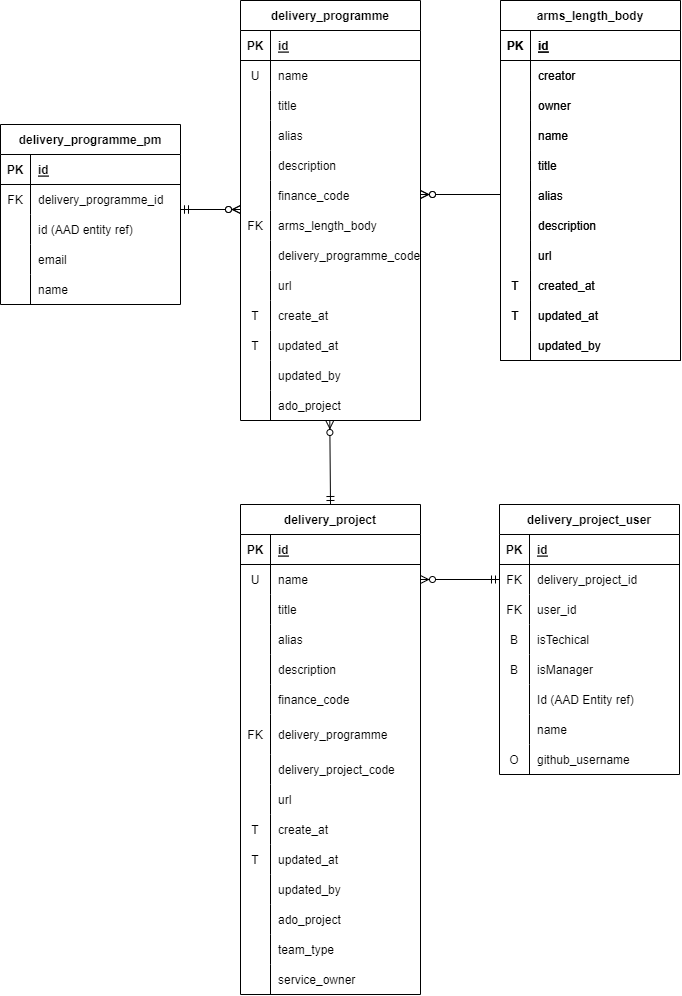
DEFRA/adp-documentation keeps this draw.io diagram as docs/images/diagrams/portal-db.png. Above is the earlier version. Source tidied: cells renumbered, new cells last; positions are measured from the earlier drawing's top-left corner, leaving out a move shared by most shapes.
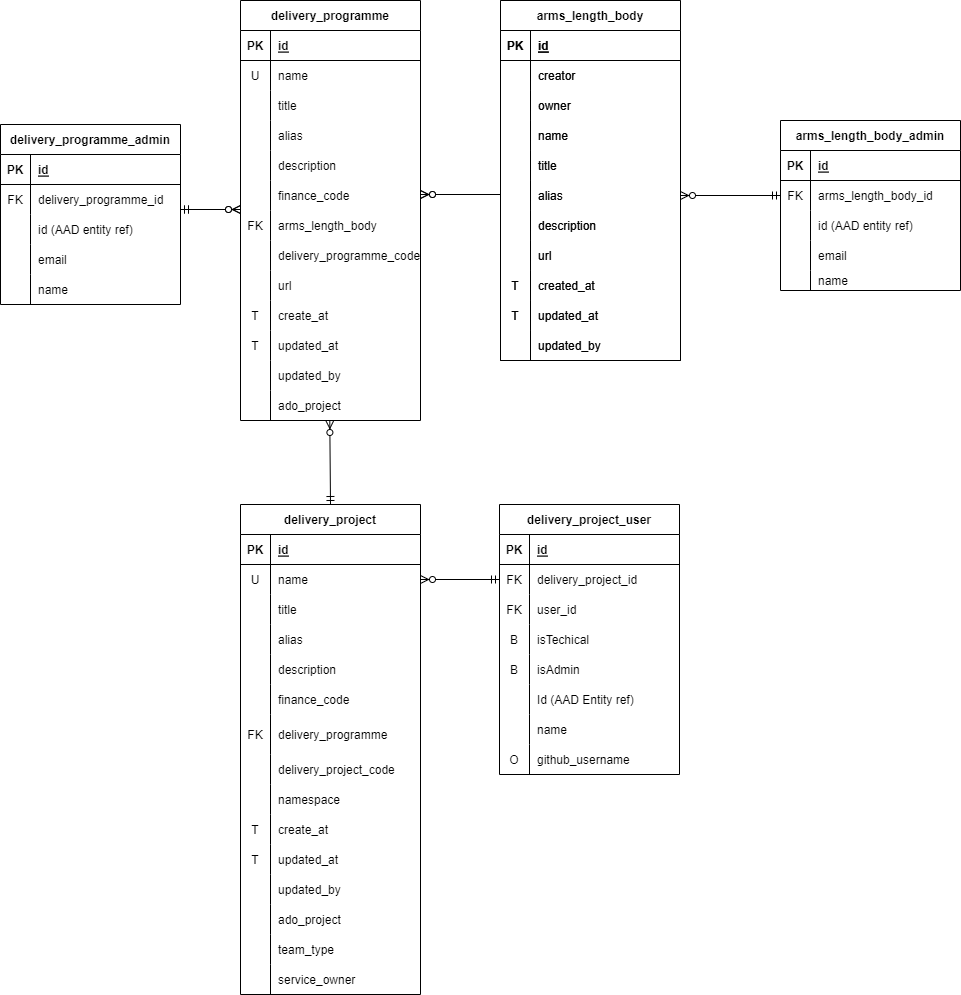
Above is the later version.

Change to the diagram source:
```diff
@@ -202,7 +202,7 @@
     <mxCell id="65" style="shape=partialRectangle;fillColor=none;top=0;left=0;bottom=0;right=0;overflow=hidden;fontColor=#000000;" parent="64" vertex="1">
       <mxGeometry width="30" height="30" as="geometry" />
     </mxCell>
-    <mxCell id="66" value="url" style="shape=partialRectangle;fillColor=none;top=0;left=0;bottom=0;right=0;align=left;spacingLeft=6;overflow=hidden;fontColor=#000000;" parent="64" vertex="1">
+    <mxCell id="66" value="namespace" style="shape=partialRectangle;fillColor=none;top=0;left=0;bottom=0;right=0;align=left;spacingLeft=6;overflow=hidden;fontColor=#000000;" parent="64" vertex="1">
       <mxGeometry x="30" width="150" height="30" as="geometry" />
     </mxCell>
     <mxCell id="67" style="shape=tableRow;horizontal=0;startSize=0;swimlaneHead=0;swimlaneBody=0;fillColor=none;top=0;left=0;right=0;bottom=0;fontColor=#000000;" parent="39" vertex="1">
@@ -304,7 +304,7 @@
     <mxCell id="99" value="B" style="shape=partialRectangle;fillColor=none;top=0;left=0;bottom=0;right=0;overflow=hidden;labelBackgroundColor=none;fontColor=#000000;" parent="98" vertex="1">
       <mxGeometry width="30" height="30" as="geometry" />
     </mxCell>
-    <mxCell id="100" value="isManager" style="shape=partialRectangle;fillColor=none;top=0;left=0;bottom=0;right=0;align=left;spacingLeft=6;overflow=hidden;labelBackgroundColor=none;fontColor=#000000;" parent="98" vertex="1">
+    <mxCell id="100" value="isAdmin" style="shape=partialRectangle;fillColor=none;top=0;left=0;bottom=0;right=0;align=left;spacingLeft=6;overflow=hidden;labelBackgroundColor=none;fontColor=#000000;" parent="98" vertex="1">
       <mxGeometry x="30" width="150" height="30" as="geometry" />
     </mxCell>
     <mxCell id="101" style="shape=tableRow;horizontal=0;startSize=0;swimlaneHead=0;swimlaneBody=0;fillColor=none;top=0;left=0;right=0;bottom=0;fontColor=#000000;" parent="85" vertex="1">
@@ -451,7 +451,7 @@
         <mxPoint x="240" y="209" as="targetPoint" />
       </mxGeometry>
     </mxCell>
-    <mxCell id="147" value="delivery_programme_pm" style="shape=table;startSize=30;rowLines=0;fontStyle=1;align=center;strokeColor=#000000;fontColor=#000000;fillColor=#FFFFFF;" parent="1" vertex="1">
+    <mxCell id="147" value="delivery_programme_admin" style="shape=table;startSize=30;rowLines=0;fontStyle=1;align=center;strokeColor=#000000;fontColor=#000000;fillColor=#FFFFFF;" parent="1" vertex="1">
       <mxGeometry y="124" width="180" height="180" as="geometry" />
     </mxCell>
     <mxCell id="148" style="shape=tableRow;horizontal=0;startSize=0;swimlaneHead=0;swimlaneBody=0;fillColor=none;top=0;left=0;right=0;bottom=1;fontColor=#000000;" parent="147" vertex="1">
@@ -619,5 +619,56 @@
     <mxCell id="202" value="ado_project" style="shape=partialRectangle;fillColor=none;top=0;left=0;bottom=0;right=0;align=left;spacingLeft=6;overflow=hidden;fontColor=#000000;" parent="200" vertex="1">
       <mxGeometry x="30" width="150" height="30" as="geometry" />
     </mxCell>
+    <mxCell id="203" value="arms_length_body_admin" style="shape=table;startSize=30;rowLines=0;fontStyle=1;align=center;strokeColor=#000000;fontColor=#000000;fillColor=#FFFFFF;" parent="1" vertex="1">
+      <mxGeometry x="780" y="120" width="180" height="170" as="geometry" />
+    </mxCell>
+    <mxCell id="204" style="shape=tableRow;horizontal=0;startSize=0;swimlaneHead=0;swimlaneBody=0;fillColor=none;top=0;left=0;right=0;bottom=1;fontColor=#000000;" parent="203" vertex="1">
+      <mxGeometry y="30" width="180" height="30" as="geometry" />
+    </mxCell>
+    <mxCell id="205" value="PK" style="shape=partialRectangle;fillColor=none;top=0;left=0;bottom=0;right=0;fontStyle=1;overflow=hidden;fontColor=#000000;" parent="204" vertex="1">
+      <mxGeometry width="30" height="30" as="geometry" />
+    </mxCell>
+    <mxCell id="206" value="id" style="shape=partialRectangle;fillColor=none;top=0;left=0;bottom=0;right=0;align=left;spacingLeft=6;fontStyle=5;overflow=hidden;fontColor=#000000;" parent="204" vertex="1">
+      <mxGeometry x="30" width="150" height="30" as="geometry" />
+    </mxCell>
+    <mxCell id="207" style="shape=tableRow;horizontal=0;startSize=0;swimlaneHead=0;swimlaneBody=0;fillColor=none;points=[[0,0.5],[1,0.5]];portConstraint=eastwest;top=0;left=0;right=0;bottom=0;fontColor=#000000;" parent="203" vertex="1">
+      <mxGeometry y="60" width="180" height="30" as="geometry" />
+    </mxCell>
+    <mxCell id="208" value="FK" style="shape=partialRectangle;fillColor=none;top=0;left=0;bottom=0;right=0;overflow=hidden;fontColor=#000000;" parent="207" vertex="1">
+      <mxGeometry width="30" height="30" as="geometry" />
+    </mxCell>
+    <mxCell id="209" value="arms_length_body_id" style="shape=partialRectangle;fillColor=none;top=0;left=0;bottom=0;right=0;align=left;spacingLeft=6;overflow=hidden;fontColor=#000000;" parent="207" vertex="1">
+      <mxGeometry x="30" width="150" height="30" as="geometry" />
+    </mxCell>
+    <mxCell id="210" style="shape=tableRow;horizontal=0;startSize=0;swimlaneHead=0;swimlaneBody=0;fillColor=none;top=0;left=0;right=0;bottom=0;fontColor=#000000;" parent="203" vertex="1">
+      <mxGeometry y="90" width="180" height="30" as="geometry" />
+    </mxCell>
+    <mxCell id="211" style="shape=partialRectangle;fillColor=none;top=0;left=0;bottom=0;right=0;overflow=hidden;fontColor=#000000;" parent="210" vertex="1">
+      <mxGeometry width="30" height="30" as="geometry" />
+    </mxCell>
+    <mxCell id="212" value="id (AAD entity ref) " style="shape=partialRectangle;fillColor=none;top=0;left=0;bottom=0;right=0;align=left;spacingLeft=6;overflow=hidden;fontColor=#000000;" parent="210" vertex="1">
+      <mxGeometry x="30" width="150" height="30" as="geometry" />
+    </mxCell>
+    <mxCell id="213" style="shape=tableRow;horizontal=0;startSize=0;swimlaneHead=0;swimlaneBody=0;fillColor=none;top=0;left=0;right=0;bottom=0;fontColor=#000000;" parent="203" vertex="1">
+      <mxGeometry y="120" width="180" height="30" as="geometry" />
+    </mxCell>
+    <mxCell id="214" style="shape=partialRectangle;fillColor=none;top=0;left=0;bottom=0;right=0;overflow=hidden;fontColor=#000000;" parent="213" vertex="1">
+      <mxGeometry width="30" height="30" as="geometry" />
+    </mxCell>
+    <mxCell id="215" value="email" style="shape=partialRectangle;fillColor=none;top=0;left=0;bottom=0;right=0;align=left;spacingLeft=6;overflow=hidden;fontColor=#000000;" parent="213" vertex="1">
+      <mxGeometry x="30" width="150" height="30" as="geometry" />
+    </mxCell>
+    <mxCell id="216" style="shape=tableRow;horizontal=0;startSize=0;swimlaneHead=0;swimlaneBody=0;fillColor=none;top=0;left=0;right=0;bottom=0;fontColor=#000000;" parent="203" vertex="1">
+      <mxGeometry y="150" width="180" height="20" as="geometry" />
+    </mxCell>
+    <mxCell id="217" style="shape=partialRectangle;fillColor=none;top=0;left=0;bottom=0;right=0;overflow=hidden;fontColor=#000000;" parent="216" vertex="1">
+      <mxGeometry width="30" height="20" as="geometry" />
+    </mxCell>
+    <mxCell id="218" value="name" style="shape=partialRectangle;fillColor=none;top=0;left=0;bottom=0;right=0;align=left;spacingLeft=6;overflow=hidden;fontColor=#000000;" parent="216" vertex="1">
+      <mxGeometry x="30" width="150" height="20" as="geometry" />
+    </mxCell>
+    <mxCell id="219" style="fontSize=12;html=1;endArrow=ERzeroToMany;startArrow=ERmandOne;exitX=0;exitY=0.5;exitDx=0;exitDy=0;entryX=1;entryY=0.5;entryDx=0;entryDy=0;strokeColor=#000000;fontColor=#000000;" parent="1" edge="1" source="207" target="127">
+      <mxGeometry relative="1" as="geometry" />
+    </mxCell>
   </root>
 </mxGraphModel>
```
